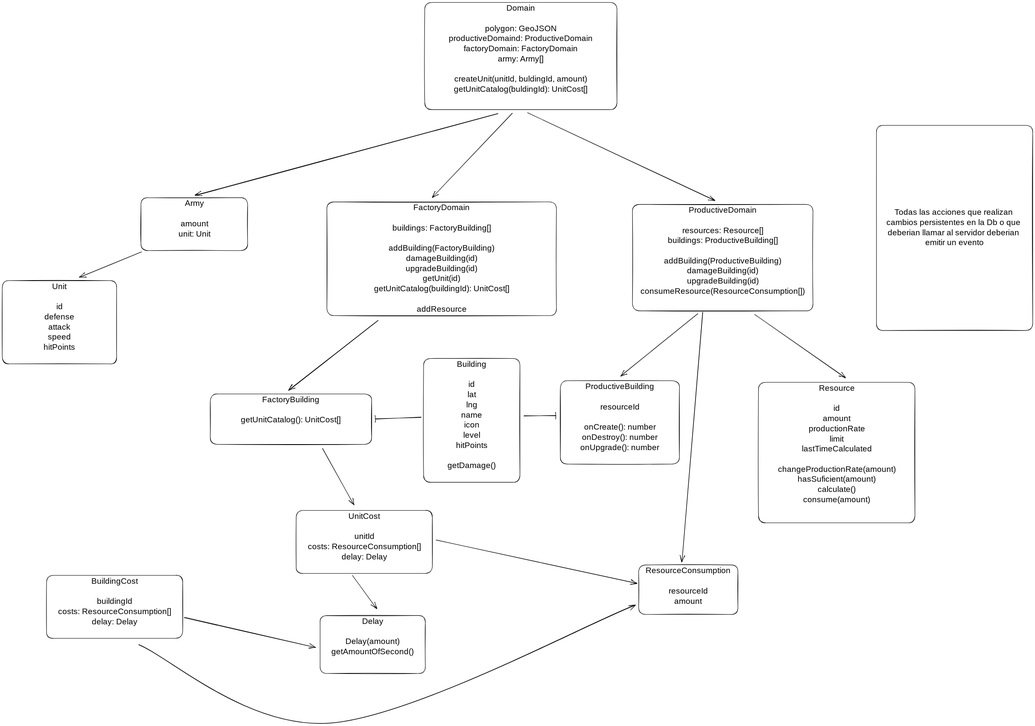
Before: docs/architecture/.excalidraw.svg, a diagram exported from Excalidraw (Sokal21/rosario-city). Source tidied: one line per element, renumbered; positions are measured from the earlier drawing's top-left corner, leaving out a move shared by most shapes.
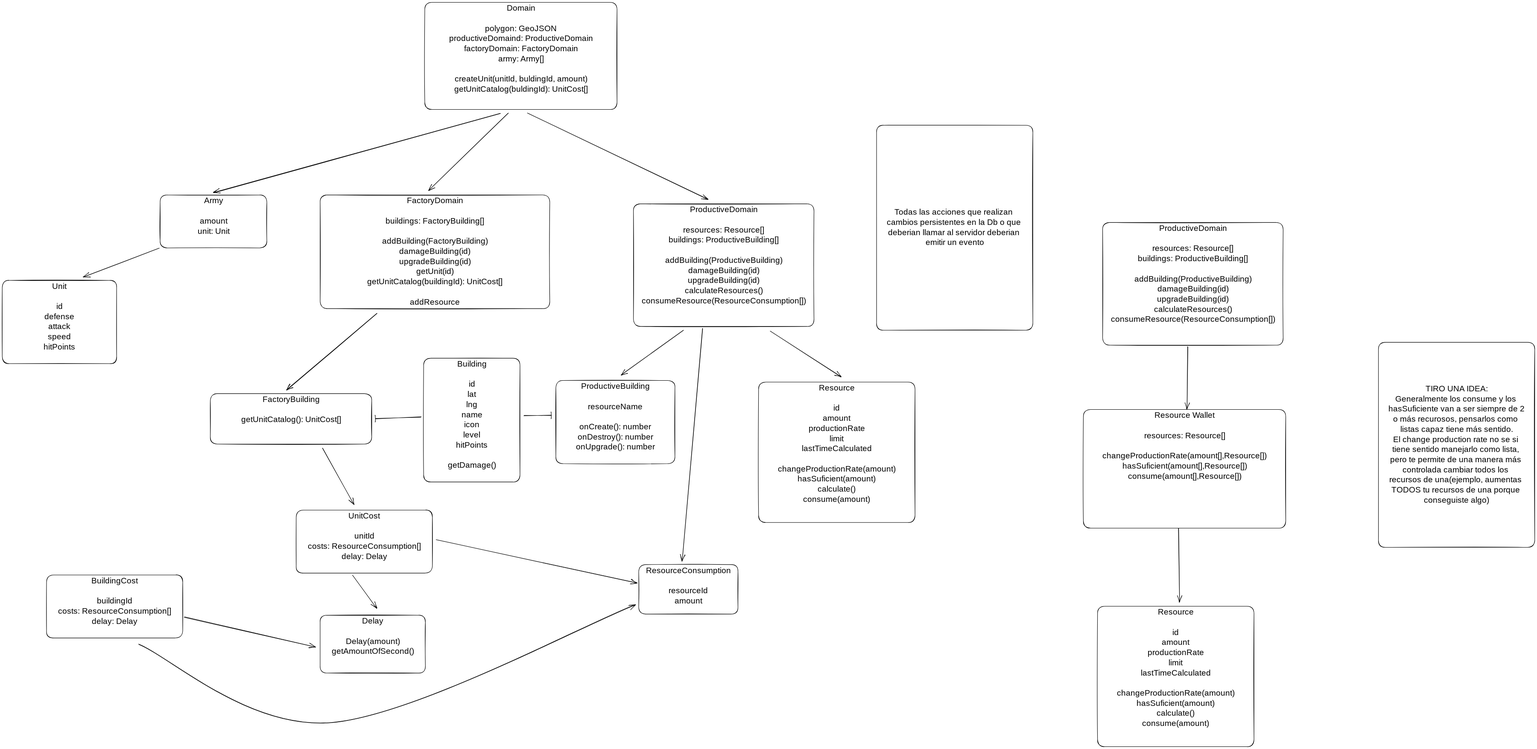
After the change.

Commit message:
propuesta para manejar multiple recursos

What changed in the source:
```diff
@@ -6,26 +6,26 @@
 {"id": 5, "type": "rectangle", "strokeColor": "#000000", "strokeWidth": 2, "roughness": 1, "round": true, "x": 1877, "y": 0, "width": 854, "height": 476}
 {"id": 6, "type": "text", "strokeColor": "#000000", "strokeWidth": 2, "roughness": 1, "fontSize": 36, "fontFamily": 1, "verticalAlign": "middle", "inside": 5, "x": 3656, "y": 2329, "width": 18, "height": 45}
 {"id": 7, "type": "text", "text": "Domain\n\npolygon: GeoJSON\nproductiveDomaind: ProductiveDomain\nfactoryDomain: FactoryDomain\narmy: Army[]\n\ncreateUnit(unitId, buldingId, amount)\ngetUnitCatalog(buldingId): UnitCost[]\n", "strokeColor": "#000000", "strokeWidth": 2, "roughness": 1, "fontSize": 36, "fontFamily": 1, "textAlign": "center", "inside": 5, "x": 1973, "y": 5, "width": 663, "height": 450}
-{"id": 8, "type": "rectangle", "strokeColor": "#000000", "strokeWidth": 2, "roughness": 1, "round": true, "x": 2800, "y": 897, "width": 802, "height": 473}
+{"id": 8, "type": "rectangle", "strokeColor": "#000000", "strokeWidth": 2, "roughness": 1, "round": true, "x": 2804, "y": 895, "width": 802, "height": 545}
-{"id": 9, "type": "text", "text": "ProductiveDomain\n\nresources: Resource[]\nbuildings: ProductiveBuilding[]\n\naddBuilding(ProductiveBuilding)\ndamageBuilding(id)\nupgradeBuilding(id)\nconsumeResource(ResourceConsumption[])", "strokeColor": "#000000", "strokeWidth": 2, "roughness": 1, "fontSize": 36, "fontFamily": 1, "textAlign": "center", "inside": 8, "x": 2841, "y": 902, "width": 720, "height": 405}
+{"id": 9, "type": "text", "text": "ProductiveDomain\n\nresources: Resource[]\nbuildings: ProductiveBuilding[]\n\naddBuilding(ProductiveBuilding)\ndamageBuilding(id)\nupgradeBuilding(id)\ncalculateResources()\nconsumeResource(ResourceConsumption[])", "strokeColor": "#000000", "strokeWidth": 2, "roughness": 1, "fontSize": 36, "fontFamily": 1, "textAlign": "center", "inside": 8, "x": 2845, "y": 900, "width": 720, "height": 450}
-{"id": 10, "type": "rectangle", "strokeColor": "#000000", "strokeWidth": 2, "roughness": 1, "round": true, "x": 2479, "y": 1680, "width": 529, "height": 370}
+{"id": 10, "type": "rectangle", "strokeColor": "#000000", "strokeWidth": 2, "roughness": 1, "round": true, "x": 2459, "y": 1680, "width": 529, "height": 370}
-{"id": 11, "type": "text", "text": "ProductiveBuilding\n\nresourceId\n\nonCreate(): number\nonDestroy(): number\nonUpgrade(): number\n", "strokeColor": "#000000", "strokeWidth": 2, "roughness": 1, "fontSize": 36, "fontFamily": 1, "textAlign": "center", "inside": 10, "x": 2571, "y": 1685, "width": 345, "height": 360}
+{"id": 11, "type": "text", "text": "ProductiveBuilding\n\nresourceName\n\nonCreate(): number\nonDestroy(): number\nonUpgrade(): number\n", "strokeColor": "#000000", "strokeWidth": 2, "roughness": 1, "fontSize": 36, "fontFamily": 1, "textAlign": "center", "inside": 10, "x": 2551, "y": 1685, "width": 345, "height": 360}
-{"id": 12, "type": "arrow", "strokeColor": "#000000", "strokeWidth": 2, "roughness": 1, "endArrowhead": "bar", "round": true, "from": 3, "to": 10, "x": 2318, "y": 1836, "width": 141, "height": 1, "points": [[0, 0], [141, -1]]}
+{"id": 12, "type": "arrow", "strokeColor": "#000000", "strokeWidth": 2, "roughness": 1, "endArrowhead": "bar", "round": true, "from": 3, "to": 10, "x": 2318, "y": 1836, "width": 120, "height": 1, "points": [[0, 0], [120, -1]]}
-{"id": 13, "type": "arrow", "strokeColor": "#000000", "strokeWidth": 2, "roughness": 1, "endArrowhead": "arrow", "round": true, "from": 8, "to": 10, "x": 3089, "y": 1383, "width": 342, "height": 276, "points": [[0, 0], [-342, 276]]}
+{"id": 13, "type": "arrow", "strokeColor": "#000000", "strokeWidth": 2, "roughness": 1, "endArrowhead": "arrow", "round": true, "from": 8, "to": 10, "x": 3025, "y": 1458, "width": 276, "height": 198, "points": [[0, 0], [-276, 198]]}
-{"id": 14, "type": "arrow", "strokeColor": "#000000", "strokeWidth": 2, "roughness": 1, "endArrowhead": "arrow", "round": true, "from": 8, "to": 0, "x": 3343, "y": 1386, "width": 402, "height": 282, "points": [[0, 0], [402, 282]]}
+{"id": 14, "type": "arrow", "strokeColor": "#000000", "strokeWidth": 2, "roughness": 1, "endArrowhead": "arrow", "round": true, "from": 8, "to": 0, "x": 3412, "y": 1461, "width": 313, "height": 203, "points": [[0, 0], [313, 203]]}
-{"id": 15, "type": "arrow", "strokeColor": "#000000", "strokeWidth": 2, "roughness": 1, "endArrowhead": "arrow", "round": true, "from": 5, "to": 8, "x": 2335, "y": 490, "width": 830, "height": 389, "points": [[0, 0], [830, 389]]}
+{"id": 15, "type": "arrow", "strokeColor": "#000000", "strokeWidth": 2, "roughness": 1, "endArrowhead": "arrow", "round": true, "from": 5, "to": 8, "x": 2334, "y": 492, "width": 800, "height": 383, "points": [[0, 0], [800, 383]]}
 {"id": 16, "type": "rectangle", "strokeColor": "#000000", "strokeWidth": 2, "roughness": 1, "round": true, "x": 924, "y": 1739, "width": 717, "height": 224}
 {"id": 17, "type": "text", "text": "FactoryBuilding\n\ngetUnitCatalog(): UnitCost[]\n", "strokeColor": "#000000", "strokeWidth": 2, "roughness": 1, "fontSize": 36, "fontFamily": 1, "textAlign": "center", "inside": 16, "x": 1027, "y": 1744, "width": 511, "height": 180}
 {"id": 18, "type": "arrow", "strokeColor": "#000000", "strokeWidth": 2, "roughness": 1, "endArrowhead": "bar", "round": true, "from": 3, "to": 16, "x": 1861, "y": 1843, "width": 204, "height": 8, "points": [[0, 0], [-204, 8]]}
 {"id": 19, "type": "rectangle", "strokeColor": "#000000", "strokeWidth": 2, "roughness": 1, "round": true, "x": 2827, "y": 2499, "width": 441, "height": 220}
 {"id": 20, "type": "text", "text": "ResourceConsumption\n\nresourceId\namount", "strokeColor": "#000000", "strokeWidth": 2, "roughness": 1, "fontSize": 36, "fontFamily": 1, "textAlign": "center", "inside": 19, "x": 2866, "y": 2504, "width": 363, "height": 180}
-{"id": 21, "type": "arrow", "strokeColor": "#000000", "strokeWidth": 2, "roughness": 1, "endArrowhead": "arrow", "round": true, "from": 8, "to": 19, "x": 3111, "y": 1375, "width": 92, "height": 1110, "points": [[0, 0], [-92, 1110]]}
+{"id": 21, "type": "arrow", "strokeColor": "#000000", "strokeWidth": 2, "roughness": 1, "endArrowhead": "arrow", "round": true, "from": 8, "to": 19, "x": 3110, "y": 1449, "width": 90, "height": 1034, "points": [[0, 0], [-90, 1034]]}
 {"id": 22, "type": "rectangle", "strokeColor": "#000000", "strokeWidth": 2, "roughness": 1, "round": true, "x": 1306, "y": 2256, "width": 605, "height": 280}
 {"id": 23, "type": "text", "text": "UnitCost\n\nunitId\ncosts: ResourceConsumption[]\ndelay: Delay\n", "strokeColor": "#000000", "strokeWidth": 2, "roughness": 1, "fontSize": 36, "fontFamily": 1, "textAlign": "center", "inside": 22, "x": 1347, "y": 2261, "width": 523, "height": 270}
-{"id": 24, "type": "rectangle", "strokeColor": "#000000", "strokeWidth": 2, "roughness": 1, "round": true, "x": 1442, "y": 886, "width": 1020, "height": 505}
+{"id": 24, "type": "rectangle", "strokeColor": "#000000", "strokeWidth": 2, "roughness": 1, "round": true, "x": 1412, "y": 856, "width": 1020, "height": 505}
-{"id": 25, "type": "text", "text": "FactoryDomain\n\nbuildings: FactoryBuilding[]\n\naddBuilding(FactoryBuilding)\ndamageBuilding(id)\nupgradeBuilding(id)\ngetUnit(id)\ngetUnitCatalog(buildingId): UnitCost[]\n \naddResource", "strokeColor": "#000000", "strokeWidth": 2, "roughness": 1, "fontSize": 36, "fontFamily": 1, "textAlign": "center", "inside": 24, "x": 1617, "y": 891, "width": 670, "height": 495}
+{"id": 25, "type": "text", "text": "FactoryDomain\n\nbuildings: FactoryBuilding[]\n\naddBuilding(FactoryBuilding)\ndamageBuilding(id)\nupgradeBuilding(id)\ngetUnit(id)\ngetUnitCatalog(buildingId): UnitCost[]\n \naddResource", "strokeColor": "#000000", "strokeWidth": 2, "roughness": 1, "fontSize": 36, "fontFamily": 1, "textAlign": "center", "inside": 24, "x": 1587, "y": 861, "width": 670, "height": 495}
-{"id": 26, "type": "arrow", "strokeColor": "#000000", "strokeWidth": 2, "roughness": 1, "endArrowhead": "arrow", "round": true, "from": 5, "to": 24, "x": 2266, "y": 492, "width": 355, "height": 374, "points": [[0, 0], [-355, 374]]}
+{"id": 26, "type": "arrow", "strokeColor": "#000000", "strokeWidth": 2, "roughness": 1, "endArrowhead": "arrow", "round": true, "from": 5, "to": 24, "x": 2248, "y": 492, "width": 353, "height": 344, "points": [[0, 0], [-353, 344]]}
-{"id": 27, "type": "arrow", "strokeColor": "#000000", "strokeWidth": 2, "roughness": 1, "endArrowhead": "arrow", "round": true, "from": 24, "to": 16, "x": 1670, "y": 1411, "width": 398, "height": 312, "points": [[0, 0], [-398, 312]]}
+{"id": 27, "type": "arrow", "strokeColor": "#000000", "strokeWidth": 2, "roughness": 1, "endArrowhead": "arrow", "round": true, "from": 24, "to": 16, "x": 1664, "y": 1381, "width": 401, "height": 342, "points": [[0, 0], [-401, 342]]}
 {"id": 28, "type": "rectangle", "strokeColor": "#000000", "strokeWidth": 2, "roughness": 1, "round": true, "x": 1412, "y": 2723, "width": 468, "height": 257}
 {"id": 29, "type": "text", "text": "Delay\n\nDelay(amount)\ngetAmountOfSecond()", "strokeColor": "#000000", "strokeWidth": 2, "roughness": 1, "fontSize": 36, "fontFamily": 1, "textAlign": "center", "inside": 28, "x": 1461, "y": 2728, "width": 370, "height": 180}
 {"id": 30, "type": "arrow", "strokeColor": "#000000", "strokeWidth": 2, "roughness": 1, "endArrowhead": "arrow", "round": true, "from": 22, "to": 19, "x": 1928, "y": 2387, "width": 891, "height": 193, "points": [[0, 0], [891, 193]]}
@@ -37,9 +37,21 @@
 {"id": 36, "type": "arrow", "strokeColor": "#000000", "strokeWidth": 2, "roughness": 1, "endArrowhead": "arrow", "round": true, "from": 33, "to": 19, "x": 606, "y": 2852, "width": 2206, "height": 525, "points": [[0, 0], [853, 349], [2206, -175]]}
 {"id": 37, "type": "rectangle", "strokeColor": "#000000", "strokeWidth": 2, "roughness": 1, "round": true, "x": 0, "y": 1236, "width": 508, "height": 370}
 {"id": 38, "type": "text", "text": "Unit\n\nid\ndefense\nattack\nspeed\nhitPoints\n", "strokeColor": "#000000", "strokeWidth": 2, "roughness": 1, "fontSize": 36, "fontFamily": 1, "textAlign": "center", "inside": 37, "x": 177, "y": 1241, "width": 154, "height": 360}
-{"id": 39, "type": "rectangle", "strokeColor": "#000000", "strokeWidth": 2, "roughness": 1, "round": true, "x": 616, "y": 867, "width": 474, "height": 235}
+{"id": 39, "type": "rectangle", "strokeColor": "#000000", "strokeWidth": 2, "roughness": 1, "round": true, "x": 701, "y": 856, "width": 474, "height": 235}
-{"id": 40, "type": "text", "text": "Army\n\namount\nunit: Unit", "strokeColor": "#000000", "strokeWidth": 2, "roughness": 1, "fontSize": 36, "fontFamily": 1, "textAlign": "center", "inside": 39, "x": 772, "y": 872, "width": 163, "height": 180}
+{"id": 40, "type": "text", "text": "Army\n\namount\nunit: Unit", "strokeColor": "#000000", "strokeWidth": 2, "roughness": 1, "fontSize": 36, "fontFamily": 1, "textAlign": "center", "inside": 39, "x": 857, "y": 861, "width": 163, "height": 180}
-{"id": 41, "type": "arrow", "strokeColor": "#000000", "strokeWidth": 2, "roughness": 1, "endArrowhead": "arrow", "round": true, "from": 39, "to": 37, "x": 618, "y": 1107, "width": 275, "height": 114, "points": [[0, 0], [-275, 114]]}
+{"id": 41, "type": "arrow", "strokeColor": "#000000", "strokeWidth": 2, "roughness": 1, "endArrowhead": "arrow", "round": true, "from": 39, "to": 37, "x": 697, "y": 1092, "width": 336, "height": 129, "points": [[0, 0], [-336, 129]]}
-{"id": 42, "type": "arrow", "strokeColor": "#000000", "strokeWidth": 2, "roughness": 1, "endArrowhead": "arrow", "round": true, "from": 5, "to": 39, "x": 2202, "y": 494, "width": 1343, "height": 364, "points": [[0, 0], [-1343, 364]]}
+{"id": 42, "type": "arrow", "strokeColor": "#000000", "strokeWidth": 2, "roughness": 1, "endArrowhead": "arrow", "round": true, "from": 5, "to": 39, "x": 2212, "y": 494, "width": 1272, "height": 353, "points": [[0, 0], [-1272, 353]]}
 {"id": 43, "type": "rectangle", "strokeColor": "#000000", "strokeWidth": 2, "roughness": 1, "round": true, "x": 3884, "y": 546, "width": 694, "height": 911}
 {"id": 44, "type": "text", "text": "Todas las acciones que realizan \ncambios persistentes en la Db o que \ndeberian llamar al servidor deberian \nemitir un evento", "strokeColor": "#000000", "strokeWidth": 2, "roughness": 1, "fontSize": 36, "fontFamily": 1, "textAlign": "center", "verticalAlign": "middle", "inside": 43, "x": 3896, "y": 912, "width": 669, "height": 180}
+{"id": 45, "type": "rectangle", "strokeColor": "#000000", "strokeWidth": 2, "roughness": 1, "round": true, "x": 4803, "y": 1809, "width": 899, "height": 527}
+{"id": 46, "type": "text", "strokeColor": "#000000", "strokeWidth": 2, "roughness": 1, "fontSize": 36, "fontFamily": 1, "verticalAlign": "middle", "inside": 45, "x": 3581, "y": 2092, "width": 18, "height": 45}
+{"id": 47, "type": "text", "text": "Resource Wallet\n\nresources: Resource[]\n\nchangeProductionRate(amount[],Resource[])\nhasSuficient(amount[],Resource[])\nconsume(amount[],Resource[])", "strokeColor": "#000000", "strokeWidth": 2, "roughness": 1, "fontSize": 36, "fontFamily": 1, "textAlign": "center", "inside": 45, "x": 4864, "y": 1814, "width": 775, "height": 315}
+{"id": 48, "type": "rectangle", "strokeColor": "#000000", "strokeWidth": 2, "roughness": 1, "round": true, "x": 4888, "y": 978, "width": 802, "height": 545}
+{"id": 49, "type": "text", "text": "ProductiveDomain\n\nresources: Resource[]\nbuildings: ProductiveBuilding[]\n\naddBuilding(ProductiveBuilding)\ndamageBuilding(id)\nupgradeBuilding(id)\ncalculateResources()\nconsumeResource(ResourceConsumption[])", "strokeColor": "#000000", "strokeWidth": 2, "roughness": 1, "fontSize": 36, "fontFamily": 1, "textAlign": "center", "inside": 48, "x": 4929, "y": 983, "width": 720, "height": 450}
+{"id": 50, "type": "rectangle", "strokeColor": "#000000", "strokeWidth": 2, "roughness": 1, "round": true, "x": 4865, "y": 2684, "width": 695, "height": 624}
+{"id": 51, "type": "text", "strokeColor": "#000000", "strokeWidth": 2, "roughness": 1, "fontSize": 36, "fontFamily": 1, "verticalAlign": "middle", "inside": 50, "x": 3652, "y": 1950, "width": 18, "height": 45}
+{"id": 52, "type": "text", "text": "Resource\n\nid\namount\nproductionRate\nlimit\nlastTimeCalculated\n\nchangeProductionRate(amount)\nhasSuficient(amount)\ncalculate()\nconsume(amount)", "strokeColor": "#000000", "strokeWidth": 2, "roughness": 1, "fontSize": 36, "fontFamily": 1, "textAlign": "center", "inside": 50, "x": 4944, "y": 2689, "width": 538, "height": 540}
+{"id": 53, "type": "arrow", "strokeColor": "#000000", "strokeWidth": 2, "roughness": 1, "endArrowhead": "arrow", "round": true, "from": 48, "to": 45, "x": 5266, "y": 1530, "width": 4, "height": 279, "points": [[0, 0], [-4, 279]]}
+{"id": 54, "type": "arrow", "strokeColor": "#000000", "strokeWidth": 2, "roughness": 1, "endArrowhead": "arrow", "round": true, "from": 45, "to": 50, "x": 5225, "y": 2338, "width": 4, "height": 328, "points": [[0, 0], [4, 328]]}
+{"id": 55, "type": "rectangle", "strokeColor": "#000000", "strokeWidth": 2, "roughness": 1, "round": true, "x": 6113, "y": 1511, "width": 694, "height": 911}
+{"id": 56, "type": "text", "text": "TIRO UNA IDEA:\nGeneralmente los consume y los \nhasSuficiente van a ser siempre de 2\no más recurosos, pensarlos como \nlistas capaz tiene más sentido.\nEl change production rate no se si \ntiene sentido manejarlo como lista, \npero te permite de una manera más \ncontrolada cambiar todos los \nrecursos de una(ejemplo, aumentas \nTODOS tu recursos de una porque \nconseguiste algo)", "strokeColor": "#000000", "strokeWidth": 2, "roughness": 1, "fontSize": 36, "fontFamily": 1, "textAlign": "center", "verticalAlign": "middle", "inside": 55, "x": 6127, "y": 1696, "width": 667, "height": 540}
```
